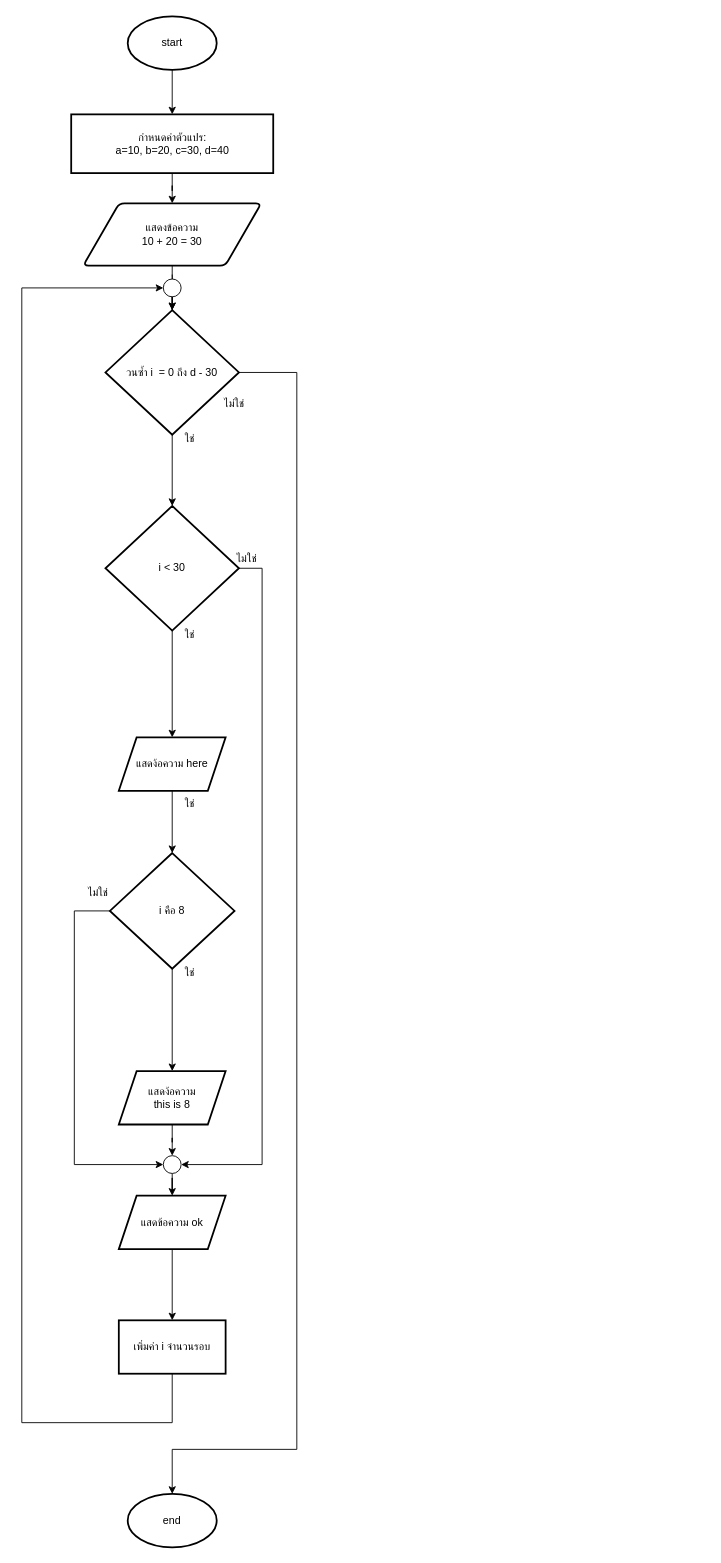
Above: HW/HW03-1.drawio in khowtung/ENGCE117 (draw.io), before the change. Source tidied: cells renumbered, new cells numbered last; positions are measured from the earlier drawing's top-left corner, leaving out a move shared by most shapes. Both pictures are drawn from the tidied source at 89%, with x=0, y=0 at pixel (21, 16).
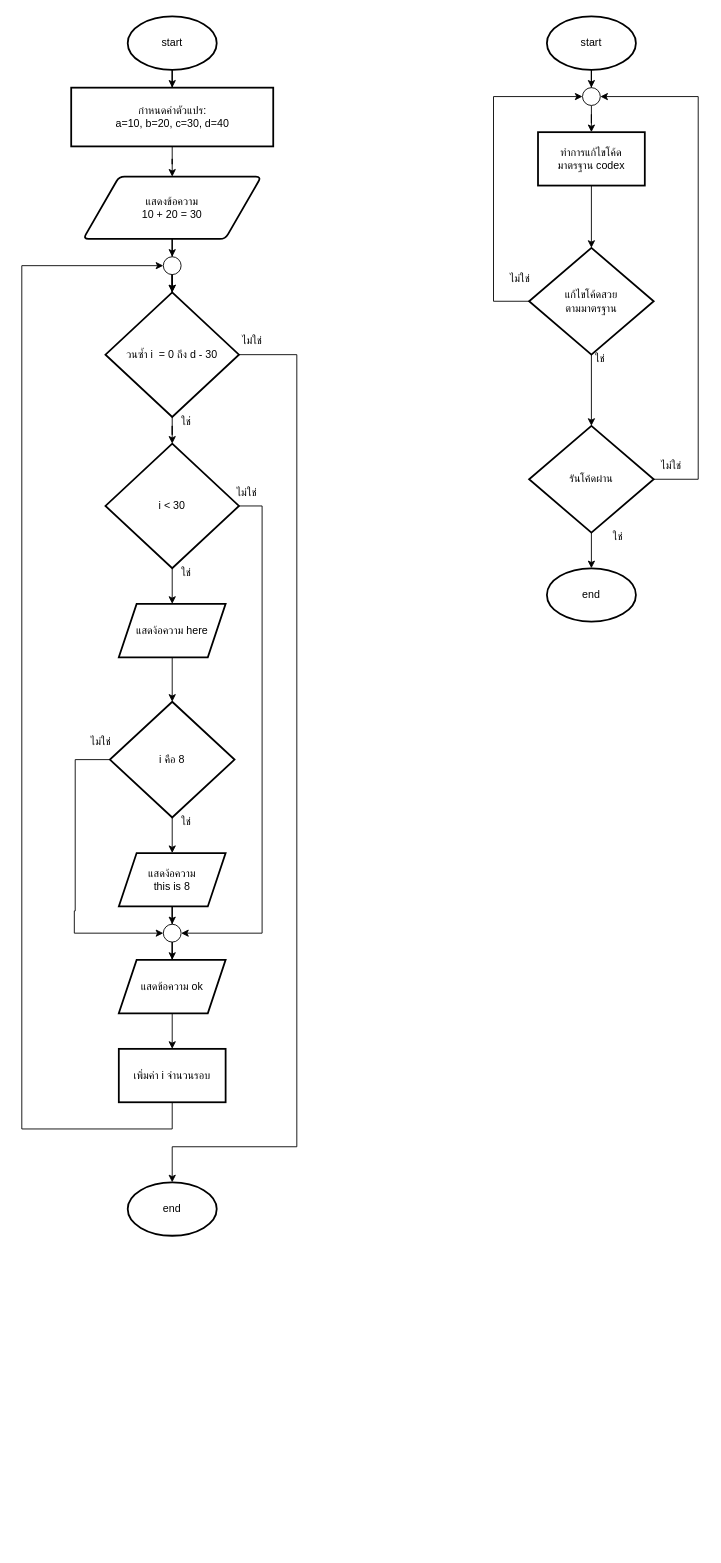
The same page after the edit.

Diff of the diagram source:
```diff
@@
     <mxCell id="5" value="กำหนดค่าตัวแปร:&#10;a=10, b=20, c=30, d=40" style="whiteSpace=wrap;strokeWidth=2;" parent="1" vertex="1">
-      <mxGeometry x="55.5" y="110" width="227" height="66" as="geometry" />
+      <mxGeometry x="55.5" y="80" width="227" height="66" as="geometry" />
     </mxCell>
-    <mxCell id="6" style="edgeStyle=orthogonalEdgeStyle;rounded=0;jettySize=auto;html=1;" parent="1" edge="1" source="8" target="11">
+    <mxCell id="6" style="edgeStyle=orthogonalEdgeStyle;rounded=0;jettySize=auto;html=1;" parent="1" edge="1" source="36" target="11">
       <mxGeometry relative="1" as="geometry" />
     </mxCell>
@@
     <mxCell id="8" value="แสดงข้อความ&lt;div&gt;10 + 20 = 30&lt;/div&gt;" style="shape=parallelogram;html=1;strokeWidth=2;perimeter=parallelogramPerimeter;whiteSpace=wrap;rounded=1;arcSize=12;size=0.20192307692307693;" parent="1" vertex="1">
-      <mxGeometry x="69" y="210" width="200" height="70" as="geometry" />
+      <mxGeometry x="69" y="180" width="200" height="70" as="geometry" />
     </mxCell>
@@
-    <mxCell id="10" style="edgeStyle=orthogonalEdgeStyle;rounded=0;jettySize=auto;html=1;entryX=0.5;entryY=0;entryDx=0;entryDy=0;entryPerimeter=0;" parent="1" edge="1" source="11" target="37">
+    <mxCell id="10" style="edgeStyle=orthogonalEdgeStyle;rounded=0;jettySize=auto;html=1;entryX=0.5;entryY=0;entryDx=0;entryDy=0;entryPerimeter=0;exitX=1;exitY=0.5;exitDx=0;exitDy=0;exitPerimeter=0;" parent="1" edge="1" source="11" target="37">
       <mxGeometry relative="1" as="geometry">
         <Array as="points">
-          <mxPoint x="309" y="400" />
-          <mxPoint x="309" y="1610" />
-          <mxPoint x="169" y="1610" />
+          <mxPoint x="309" y="380" />
+          <mxPoint x="309" y="1270" />
+          <mxPoint x="169" y="1270" />
         </Array>
       </mxGeometry>
     </mxCell>
     <mxCell id="11" value="วนซ้ำ i&amp;nbsp; = 0 ถึง d - 30" style="strokeWidth=2;html=1;shape=mxgraph.flowchart.decision;whiteSpace=wrap;" parent="1" vertex="1">
-      <mxGeometry x="94" y="330" width="150" height="140" as="geometry" />
+      <mxGeometry x="94" y="310" width="150" height="140" as="geometry" />
     </mxCell>
@@
     <mxCell id="13" style="edgeStyle=orthogonalEdgeStyle;rounded=0;jettySize=auto;html=1;exitX=1;exitY=0.5;exitDx=0;exitDy=0;exitPerimeter=0;entryX=1;entryY=0.5;entryDx=0;entryDy=0;entryPerimeter=0;" parent="1" edge="1" source="14" target="30">
       <mxGeometry relative="1" as="geometry">
         <Array as="points">
-          <mxPoint x="270" y="620" />
-          <mxPoint x="270" y="1290" />
+          <mxPoint x="270" y="550" />
+          <mxPoint x="270" y="1030" />
         </Array>
       </mxGeometry>
     </mxCell>
     <mxCell id="14" value="i &amp;lt; 30" style="strokeWidth=2;html=1;shape=mxgraph.flowchart.decision;whiteSpace=wrap;" parent="1" vertex="1">
-      <mxGeometry x="94" y="550" width="150" height="140" as="geometry" />
+      <mxGeometry x="94" y="480" width="150" height="140" as="geometry" />
     </mxCell>
     <mxCell id="15" value="ใช่" style="text;html=1;align=center;verticalAlign=middle;whiteSpace=wrap;rounded=0;" parent="1" vertex="1">
-      <mxGeometry x="159" y="460" width="60" height="30" as="geometry" />
+      <mxGeometry x="155" y="440" width="60" height="30" as="geometry" />
     </mxCell>
     <mxCell id="16" value="ไม่ใช่" style="text;html=1;align=center;verticalAlign=middle;whiteSpace=wrap;rounded=0;" parent="1" vertex="1">
-      <mxGeometry x="209" y="420" width="60" height="30" as="geometry" />
+      <mxGeometry x="229" y="350" width="60" height="30" as="geometry" />
     </mxCell>
@@
     <mxCell id="18" value="แสดง้อความ here" style="shape=parallelogram;perimeter=parallelogramPerimeter;whiteSpace=wrap;html=1;fixedSize=1;strokeWidth=2;" parent="1" vertex="1">
-      <mxGeometry x="109" y="810" width="120" height="60" as="geometry" />
+      <mxGeometry x="109" y="660" width="120" height="60" as="geometry" />
     </mxCell>
     <mxCell id="19" value="ใช่" style="text;html=1;align=center;verticalAlign=middle;whiteSpace=wrap;rounded=0;" parent="1" vertex="1">
-      <mxGeometry x="159" y="680" width="60" height="30" as="geometry" />
+      <mxGeometry x="155" y="610" width="60" height="30" as="geometry" />
     </mxCell>
@@
-    <mxCell id="21" style="edgeStyle=orthogonalEdgeStyle;rounded=0;jettySize=auto;html=1;entryX=0;entryY=0.5;entryDx=0;entryDy=0;entryPerimeter=0;" parent="1" edge="1" source="22" target="30">
+    <mxCell id="21" style="edgeStyle=orthogonalEdgeStyle;rounded=0;jettySize=auto;html=1;entryX=0;entryY=0.5;entryDx=0;entryDy=0;entryPerimeter=0;exitX=0;exitY=0.5;exitDx=0;exitDy=0;" parent="1" edge="1" source="22" target="30">
       <mxGeometry relative="1" as="geometry">
         <Array as="points">
+          <mxPoint x="60" y="835" />
+          <mxPoint x="60" y="1005" />
           <mxPoint x="59" y="1005" />
-          <mxPoint x="59" y="1290" />
+          <mxPoint x="59" y="1030" />
         </Array>
       </mxGeometry>
     </mxCell>
     <mxCell id="22" value="i คือ 8" style="rhombus;whiteSpace=wrap;html=1;strokeWidth=2;" parent="1" vertex="1">
-      <mxGeometry x="99" y="940" width="140" height="130" as="geometry" />
+      <mxGeometry x="99" y="770" width="140" height="130" as="geometry" />
     </mxCell>
@@
     <mxCell id="24" value="แสดง้อความ&lt;div&gt;this is 8&lt;/div&gt;" style="shape=parallelogram;perimeter=parallelogramPerimeter;whiteSpace=wrap;html=1;fixedSize=1;strokeWidth=2;" parent="1" vertex="1">
-      <mxGeometry x="109" y="1185" width="120" height="60" as="geometry" />
+      <mxGeometry x="109" y="940" width="120" height="60" as="geometry" />
     </mxCell>
-    <mxCell id="25" value="ใช่" style="text;html=1;align=center;verticalAlign=middle;whiteSpace=wrap;rounded=0;" parent="1" vertex="1">
-      <mxGeometry x="159" y="870" width="60" height="30" as="geometry" />
-    </mxCell>
     <mxCell id="26" value="ใช่" style="text;html=1;align=center;verticalAlign=middle;whiteSpace=wrap;rounded=0;" parent="1" vertex="1">
-      <mxGeometry x="159" y="1060" width="60" height="30" as="geometry" />
+      <mxGeometry x="155" y="890" width="60" height="30" as="geometry" />
     </mxCell>
@@
     <mxCell id="28" value="แสดข้อความ ok" style="shape=parallelogram;perimeter=parallelogramPerimeter;whiteSpace=wrap;html=1;fixedSize=1;strokeWidth=2;" parent="1" vertex="1">
-      <mxGeometry x="109" y="1325" width="120" height="60" as="geometry" />
+      <mxGeometry x="109" y="1060" width="120" height="60" as="geometry" />
     </mxCell>
@@
     <mxCell id="30" style="verticalLabelPosition=bottom;verticalAlign=top;html=1;shape=mxgraph.flowchart.on-page_reference;" parent="1" vertex="1">
-      <mxGeometry x="159" y="1280" width="20" height="20" as="geometry" />
+      <mxGeometry x="159" y="1020" width="20" height="20" as="geometry" />
     </mxCell>
     <mxCell id="31" value="ไม่ใช่" style="text;html=1;align=center;verticalAlign=middle;whiteSpace=wrap;rounded=0;" parent="1" vertex="1">
-      <mxGeometry x="222.5" y="595" width="60" height="30" as="geometry" />
+      <mxGeometry x="222.5" y="520" width="60" height="30" as="geometry" />
     </mxCell>
     <mxCell id="32" value="ไม่ใช่" style="text;html=1;align=center;verticalAlign=middle;whiteSpace=wrap;rounded=0;" parent="1" vertex="1">
-      <mxGeometry x="55.5" y="970" width="60" height="30" as="geometry" />
+      <mxGeometry x="59" y="800" width="60" height="30" as="geometry" />
     </mxCell>
     <mxCell id="33" style="edgeStyle=orthogonalEdgeStyle;rounded=0;jettySize=auto;html=1;entryX=0;entryY=0.5;entryDx=0;entryDy=0;entryPerimeter=0;" parent="1" edge="1" source="34" target="36">
       <mxGeometry relative="1" as="geometry">
         <Array as="points">
-          <mxPoint x="169" y="1580" />
-          <mxPoint y="1580" />
-          <mxPoint y="305" />
+          <mxPoint x="169" y="1250" />
+          <mxPoint y="1250" />
+          <mxPoint y="280" />
         </Array>
       </mxGeometry>
     </mxCell>
     <mxCell id="34" value="เพิ่มค่า i จำนวนรอบ" style="whiteSpace=wrap;html=1;strokeWidth=2;" parent="1" vertex="1">
-      <mxGeometry x="109" y="1465" width="120" height="60" as="geometry" />
+      <mxGeometry x="109" y="1160" width="120" height="60" as="geometry" />
     </mxCell>
@@
+    <mxCell id="37" value="end" style="strokeWidth=2;html=1;shape=mxgraph.flowchart.start_1;whiteSpace=wrap;" parent="1" vertex="1">
+      <mxGeometry x="119" y="1310" width="100" height="60" as="geometry" />
+    </mxCell>
+    <mxCell id="38" style="edgeStyle=orthogonalEdgeStyle;rounded=0;jettySize=auto;html=1;" parent="1" edge="1" source="8" target="36">
+      <mxGeometry relative="1" as="geometry" />
+    </mxCell>
     <mxCell id="36" style="verticalLabelPosition=bottom;verticalAlign=top;html=1;shape=mxgraph.flowchart.on-page_reference;" parent="1" vertex="1">
-      <mxGeometry x="159" y="295" width="20" height="20" as="geometry" />
+      <mxGeometry x="159" y="270" width="20" height="20" as="geometry" />
     </mxCell>
-    <mxCell id="37" value="end" style="strokeWidth=2;html=1;shape=mxgraph.flowchart.start_1;whiteSpace=wrap;" parent="1" vertex="1">
-      <mxGeometry x="119" y="1660" width="100" height="60" as="geometry" />
-    </mxCell>
+    <mxCell id="39" style="edgeStyle=orthogonalEdgeStyle;rounded=0;jettySize=auto;html=1;" parent="1" edge="1" source="49" target="42">
+      <mxGeometry relative="1" as="geometry" />
+    </mxCell>
+    <mxCell id="40" value="start" style="strokeWidth=2;html=1;shape=mxgraph.flowchart.start_1;whiteSpace=wrap;" parent="1" vertex="1">
+      <mxGeometry x="590" width="100" height="60" as="geometry" />
+    </mxCell>
+    <mxCell id="41" style="edgeStyle=orthogonalEdgeStyle;rounded=0;jettySize=auto;html=1;" parent="1" edge="1" source="42" target="45">
+      <mxGeometry relative="1" as="geometry" />
+    </mxCell>
+    <mxCell id="42" value="ทำการแก้ไขโค้ด&lt;div&gt;มาตรฐาน codex&lt;/div&gt;" style="whiteSpace=wrap;html=1;strokeWidth=2;" parent="1" vertex="1">
+      <mxGeometry x="580" y="130" width="120" height="60" as="geometry" />
+    </mxCell>
+    <mxCell id="43" style="edgeStyle=orthogonalEdgeStyle;rounded=0;jettySize=auto;html=1;" parent="1" edge="1" source="45" target="47">
+      <mxGeometry relative="1" as="geometry" />
+    </mxCell>
+    <mxCell id="44" style="edgeStyle=orthogonalEdgeStyle;rounded=0;jettySize=auto;html=1;entryX=0;entryY=0.5;entryDx=0;entryDy=0;entryPerimeter=0;" parent="1" edge="1" source="45" target="49">
+      <mxGeometry relative="1" as="geometry">
+        <Array as="points">
+          <mxPoint x="530" y="320" />
+          <mxPoint x="530" y="90" />
+        </Array>
+      </mxGeometry>
+    </mxCell>
+    <mxCell id="45" value="แก้ไขโค้ดสวย&lt;div&gt;ตามมาตรฐาน&lt;/div&gt;" style="rhombus;whiteSpace=wrap;html=1;strokeWidth=2;" parent="1" vertex="1">
+      <mxGeometry x="570" y="260" width="140" height="120" as="geometry" />
+    </mxCell>
+    <mxCell id="46" style="edgeStyle=orthogonalEdgeStyle;rounded=0;jettySize=auto;html=1;" parent="1" edge="1" source="47" target="55">
+      <mxGeometry relative="1" as="geometry" />
+    </mxCell>
+    <mxCell id="47" value="รันโค้ดผ่าน" style="rhombus;whiteSpace=wrap;html=1;strokeWidth=2;" parent="1" vertex="1">
+      <mxGeometry x="570" y="460" width="140" height="120" as="geometry" />
+    </mxCell>
+    <mxCell id="48" style="edgeStyle=orthogonalEdgeStyle;rounded=0;jettySize=auto;html=1;" parent="1" edge="1" source="40" target="49">
+      <mxGeometry relative="1" as="geometry" />
+    </mxCell>
+    <mxCell id="49" style="verticalLabelPosition=bottom;verticalAlign=top;html=1;shape=mxgraph.flowchart.on-page_reference;" parent="1" vertex="1">
+      <mxGeometry x="630" y="80" width="20" height="20" as="geometry" />
+    </mxCell>
+    <mxCell id="50" value="ใช่" style="text;html=1;align=center;verticalAlign=middle;whiteSpace=wrap;rounded=0;" parent="1" vertex="1">
+      <mxGeometry x="620" y="370" width="60" height="30" as="geometry" />
+    </mxCell>
+    <mxCell id="51" value="ไม่ใช่" style="text;html=1;align=center;verticalAlign=middle;whiteSpace=wrap;rounded=0;" parent="1" vertex="1">
+      <mxGeometry x="530" y="280" width="60" height="30" as="geometry" />
+    </mxCell>
+    <mxCell id="52" style="edgeStyle=orthogonalEdgeStyle;rounded=0;jettySize=auto;html=1;entryX=1;entryY=0.5;entryDx=0;entryDy=0;entryPerimeter=0;" parent="1" edge="1" source="47" target="49">
+      <mxGeometry relative="1" as="geometry">
+        <Array as="points">
+          <mxPoint x="760" y="520" />
+          <mxPoint x="760" y="90" />
+        </Array>
+      </mxGeometry>
+    </mxCell>
+    <mxCell id="53" value="ไม่ใช่" style="text;html=1;align=center;verticalAlign=middle;whiteSpace=wrap;rounded=0;" parent="1" vertex="1">
+      <mxGeometry x="700" y="490" width="60" height="30" as="geometry" />
+    </mxCell>
+    <mxCell id="54" value="ใช่" style="text;html=1;align=center;verticalAlign=middle;whiteSpace=wrap;rounded=0;" parent="1" vertex="1">
+      <mxGeometry x="640" y="570" width="60" height="30" as="geometry" />
+    </mxCell>
+    <mxCell id="55" value="end" style="strokeWidth=2;html=1;shape=mxgraph.flowchart.start_1;whiteSpace=wrap;" parent="1" vertex="1">
+      <mxGeometry x="590" y="620" width="100" height="60" as="geometry" />
+    </mxCell>
```
